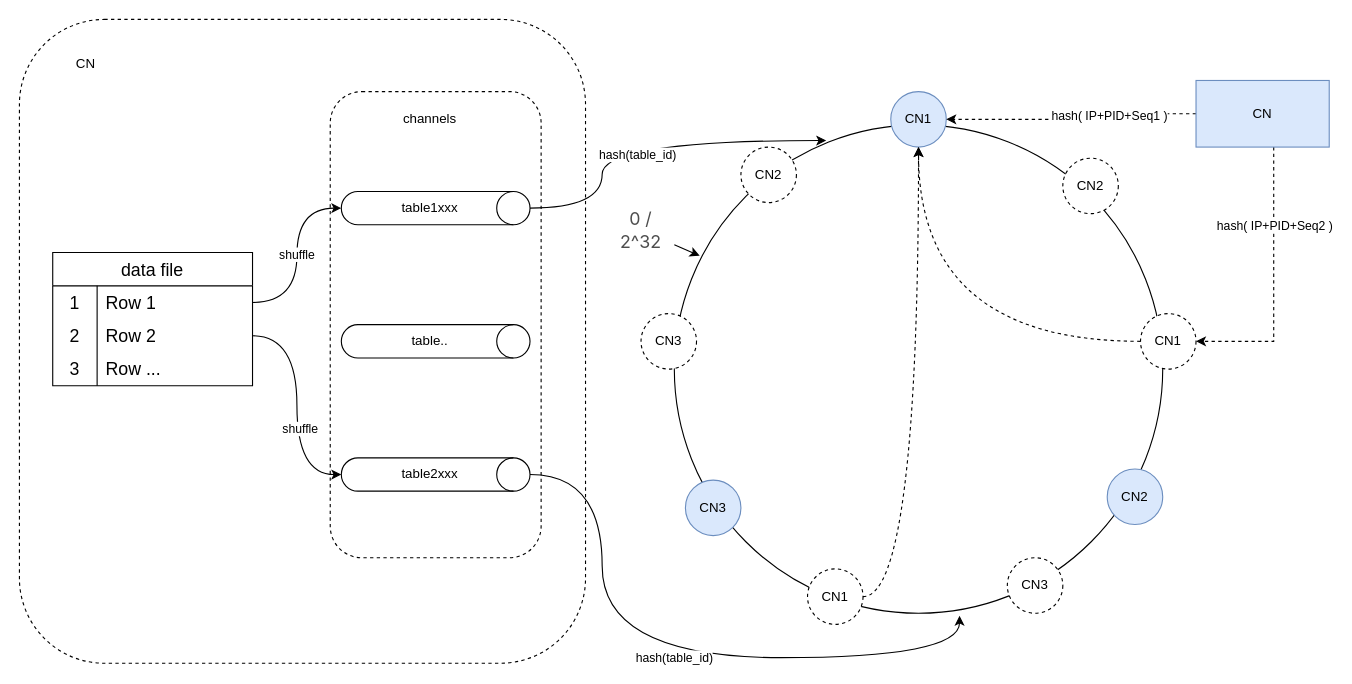
Before: CN映射.drawio in xiongEd/TheFirstModule, a draw.io diagram. Source tidied: cells renumbered, new cells numbered last; positions are measured from the earlier drawing's top-left corner, leaving out a move shared by most shapes. Both pictures are drawn from the tidied source at 111%, with x=0, y=0 at pixel (19, 19).
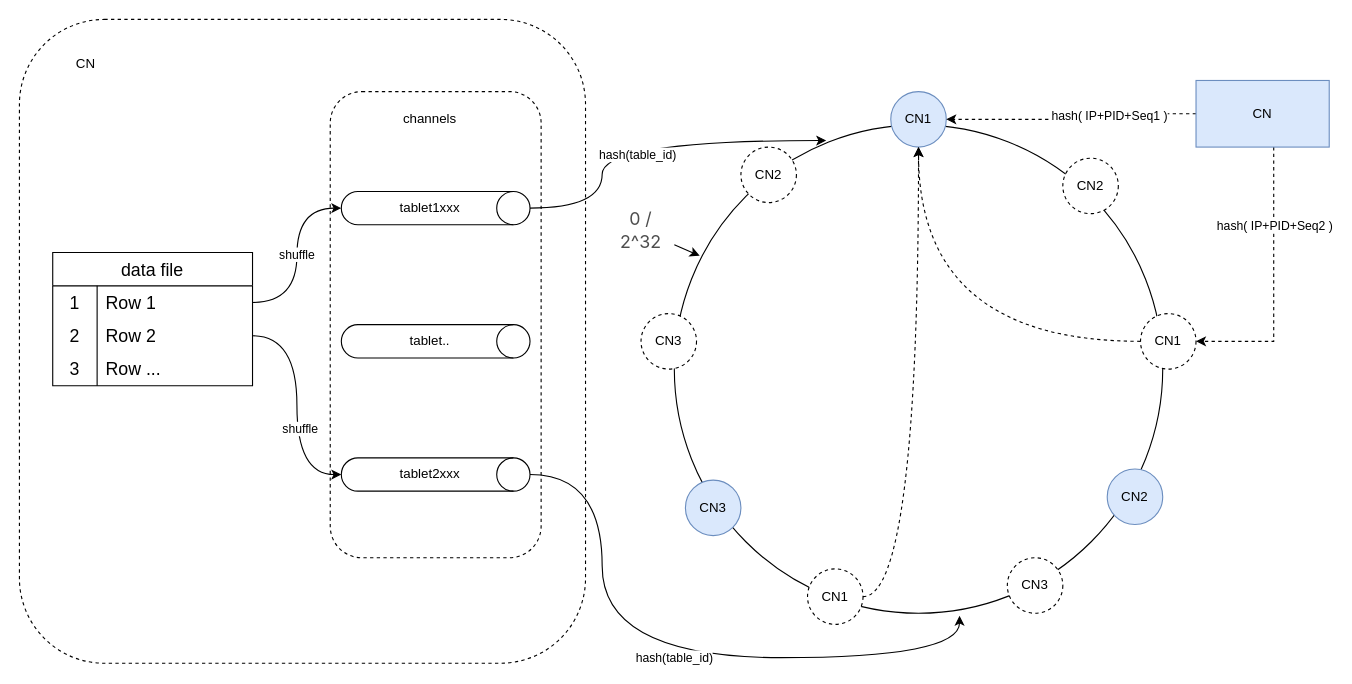
The same page after the edit.

Diff of the diagram source:
```diff
@@
-    <mxCell id="36" value="table1xxx" style="text;html=1;align=center;verticalAlign=middle;whiteSpace=wrap;rounded=0;" parent="1" vertex="1">
+    <mxCell id="36" value="tablet1xxx" style="text;html=1;align=center;verticalAlign=middle;whiteSpace=wrap;rounded=0;" parent="1" vertex="1">
       <mxGeometry x="340" y="155" width="60" height="30" as="geometry" />
     </mxCell>
-    <mxCell id="37" value="table2xxx" style="text;html=1;align=center;verticalAlign=middle;whiteSpace=wrap;rounded=0;" parent="1" vertex="1">
+    <mxCell id="37" value="tablet2xxx" style="text;html=1;align=center;verticalAlign=middle;whiteSpace=wrap;rounded=0;" parent="1" vertex="1">
       <mxGeometry x="340" y="395" width="60" height="30" as="geometry" />
     </mxCell>
-    <mxCell id="38" value="table.." style="text;html=1;align=center;verticalAlign=middle;whiteSpace=wrap;rounded=0;" parent="1" vertex="1">
+    <mxCell id="38" value="tablet&lt;span style=&quot;background-color: initial;&quot;&gt;..&lt;/span&gt;" style="text;html=1;align=center;verticalAlign=middle;whiteSpace=wrap;rounded=0;" parent="1" vertex="1">
       <mxGeometry x="340" y="275" width="60" height="30" as="geometry" />
     </mxCell>
```
